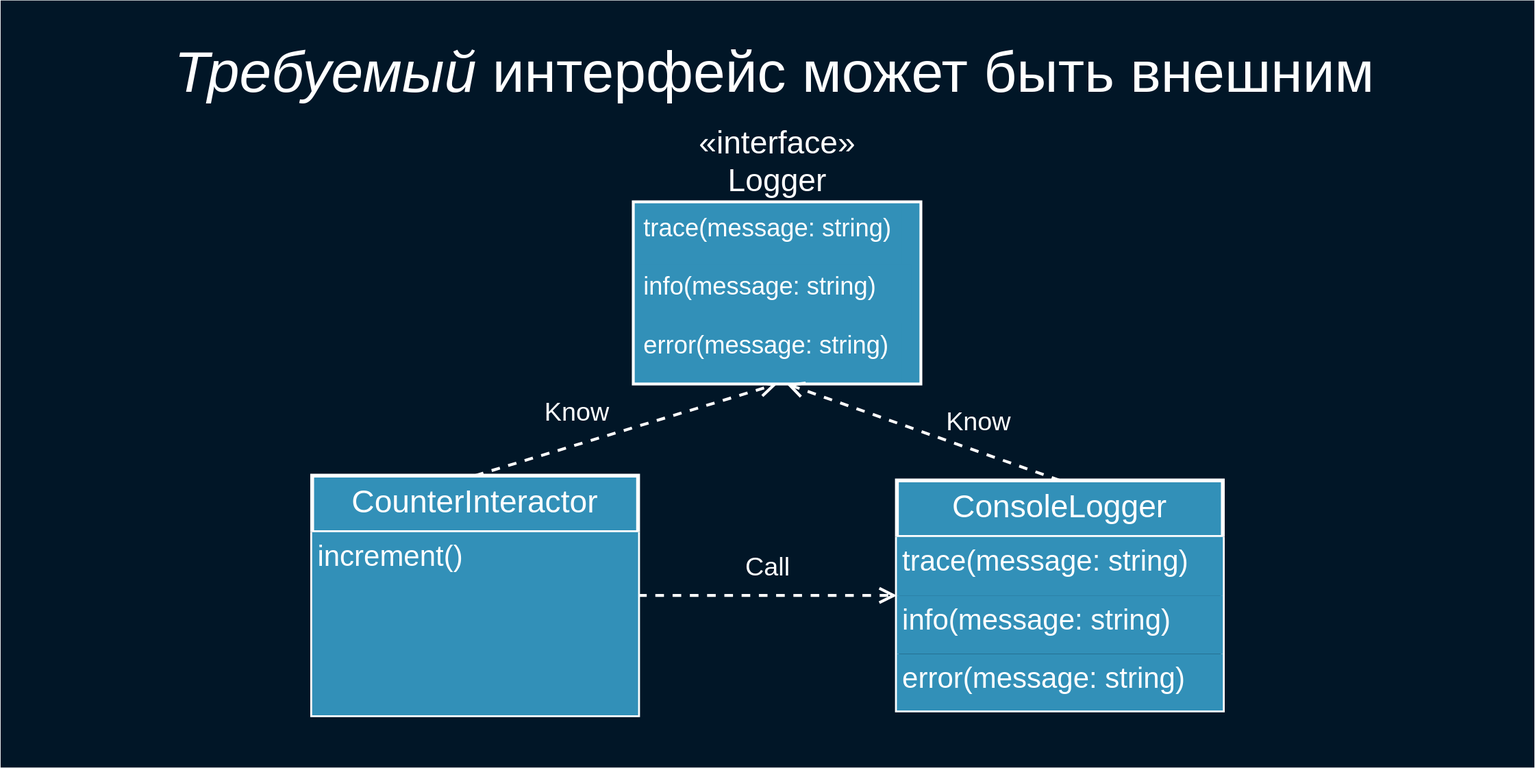
The draw.io diagram deck/ru/diagrams/requiredInterface2.svg in softspiders/dip-in-ca-deck, before a commit. Source tidied: cells renumbered, new cells last; positions are measured from the earlier drawing's top-left corner, leaving out a move shared by most shapes.
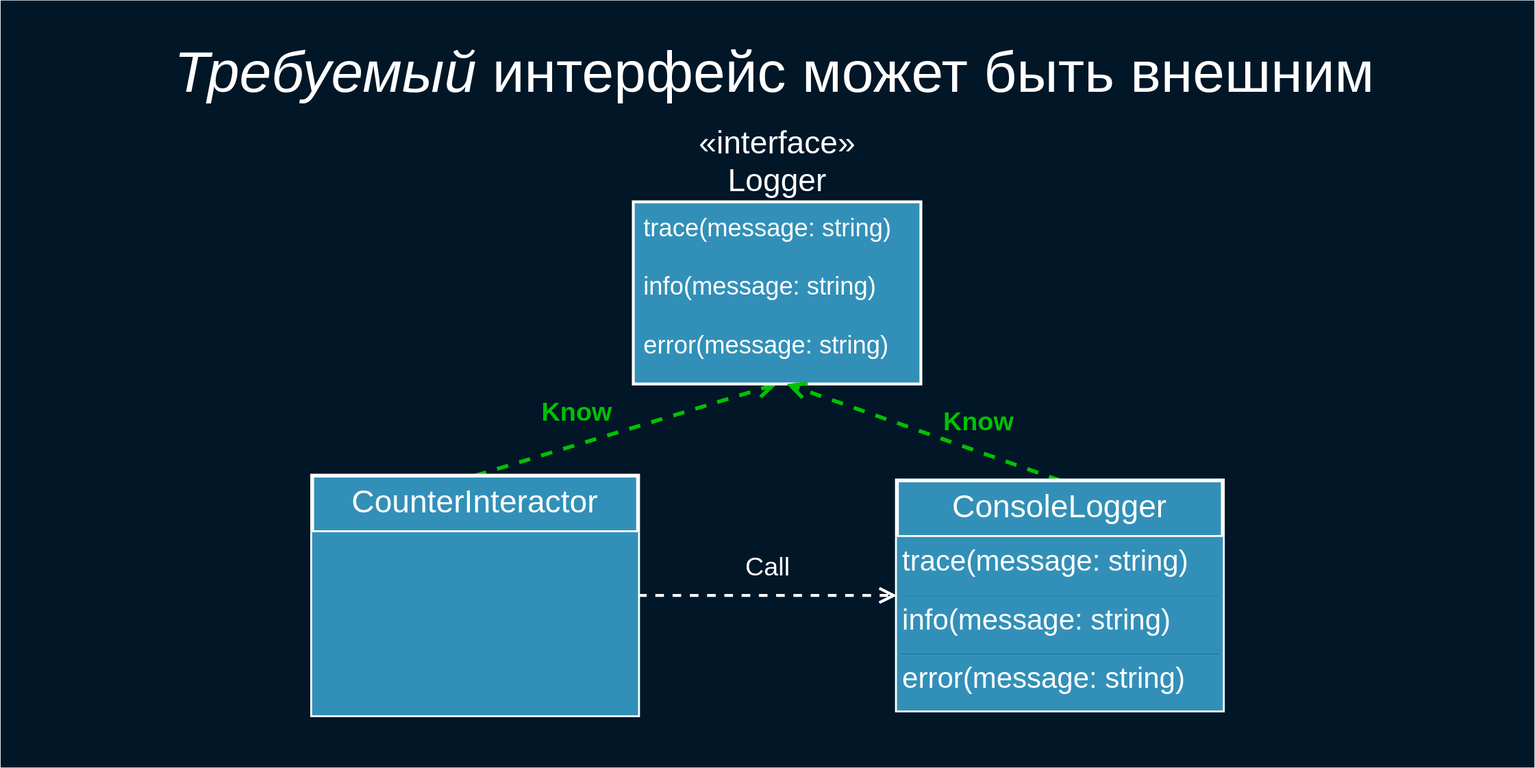
After the commit.

Change to the diagram source:
```diff
@@ -11,7 +11,7 @@
     <mxCell id="4" value="Call" style="endArrow=open;endSize=12;dashed=1;html=1;labelBackgroundColor=none;strokeColor=#FFFFFF;strokeWidth=3;fontSize=27;fontColor=#FFFFFF;entryX=0;entryY=0.5;entryDx=0;entryDy=0;exitX=1;exitY=0.5;exitDx=0;exitDy=0;" parent="1" edge="1" source="11" target="13">
       <mxGeometry y="30" relative="1" as="geometry" />
     </mxCell>
-    <mxCell id="5" value="Know" style="endArrow=open;endSize=12;dashed=1;html=1;labelBackgroundColor=none;strokeColor=#FFFFFF;strokeWidth=3;fontSize=27;fontColor=#FFFFFF;entryX=0.5;entryY=1;entryDx=0;entryDy=0;exitX=0.5;exitY=0;exitDx=0;exitDy=0;" parent="1" edge="1" source="11" target="6">
+    <mxCell id="5" value="Know" style="endArrow=open;endSize=12;dashed=1;html=1;labelBackgroundColor=none;strokeColor=#00C200;strokeWidth=4;fontSize=27;fontColor=#00C200;entryX=0.5;entryY=1;entryDx=0;entryDy=0;exitX=0.5;exitY=0;exitDx=0;exitDy=0;fontStyle=1;" parent="1" edge="1" source="11" target="6">
       <mxGeometry x="-0.27" y="32" relative="1" as="geometry" />
     </mxCell>
     <mxCell id="6" value="«interface»&lt;br&gt;Logger" style="html=1;labelBackgroundColor=none;strokeColor=#FFFFFF;strokeWidth=3;fillColor=#3290B8;fontSize=33;fontColor=#FFFFFF;labelPosition=center;verticalLabelPosition=top;align=center;verticalAlign=bottom;" parent="1" vertex="1">
@@ -26,7 +26,7 @@
     <mxCell id="9" value="error(message: string)" style="text;strokeColor=none;fillColor=#3290B8;align=left;verticalAlign=top;spacingLeft=4;spacingRight=4;overflow=hidden;fontColor=#FFFFFF;fontSize=26;labelBackgroundColor=none;" parent="1" vertex="1">
       <mxGeometry x="665" y="336.5" width="275" height="59" as="geometry" />
     </mxCell>
-    <mxCell id="10" value="Know" style="endArrow=open;endSize=12;dashed=1;html=1;labelBackgroundColor=none;strokeColor=#FFFFFF;strokeWidth=3;fontSize=27;fontColor=#FFFFFF;exitX=0.5;exitY=0;exitDx=0;exitDy=0;" parent="1" edge="1" source="13">
+    <mxCell id="10" value="Know" style="endArrow=open;endSize=12;dashed=1;html=1;labelBackgroundColor=none;strokeColor=#00C200;strokeWidth=4;fontSize=27;fontColor=#00C200;exitX=0.5;exitY=0;exitDx=0;exitDy=0;fontStyle=1;" parent="1" edge="1" source="13">
       <mxGeometry x="-0.34" y="-29" relative="1" as="geometry">
         <mxPoint x="820" y="400" as="targetPoint" />
       </mxGeometry>
@@ -34,7 +34,7 @@
     <mxCell id="11" value="CounterInteractor" style="swimlane;fontStyle=0;align=center;verticalAlign=top;horizontal=1;startSize=59;strokeColor=#FFFFFF;strokeWidth=4;fillColor=#3290B8;fontSize=33;fontColor=#FFFFFF;labelBackgroundColor=none;" parent="1" vertex="1">
       <mxGeometry x="325" y="495.5" width="340" height="250" as="geometry" />
     </mxCell>
-    <mxCell id="12" value="increment()" style="text;strokeColor=none;fillColor=#3290B8;align=left;verticalAlign=top;spacingLeft=4;spacingRight=4;overflow=hidden;fontColor=#FFFFFF;fontSize=30;labelBackgroundColor=none;" parent="11" vertex="1">
+    <mxCell id="12" style="text;strokeColor=none;fillColor=#3290B8;align=left;verticalAlign=top;spacingLeft=4;spacingRight=4;overflow=hidden;fontColor=#FFFFFF;fontSize=30;labelBackgroundColor=none;" parent="11" vertex="1">
       <mxGeometry y="59" width="340" height="191" as="geometry" />
     </mxCell>
     <mxCell id="13" value="ConsoleLogger" style="swimlane;fontStyle=0;align=center;verticalAlign=top;horizontal=1;startSize=59;strokeColor=#FFFFFF;strokeWidth=4;fillColor=#3290B8;fontSize=33;fontColor=#FFFFFF;labelBackgroundColor=none;" parent="1" vertex="1">
```
